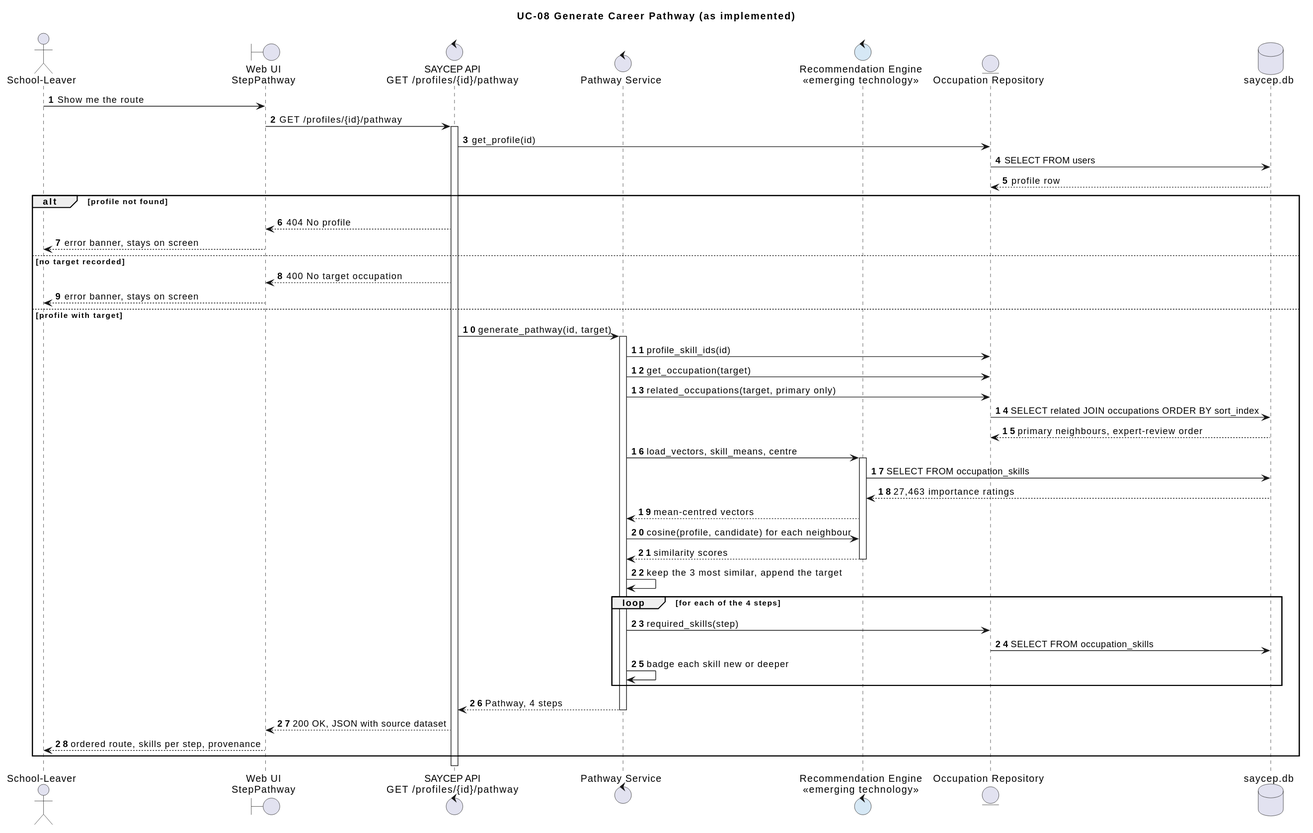
ShogunLSG/SAYCEP keeps this PlantUML diagram as docs/uml/a3/04-sequence.svg. Above is the earlier version.
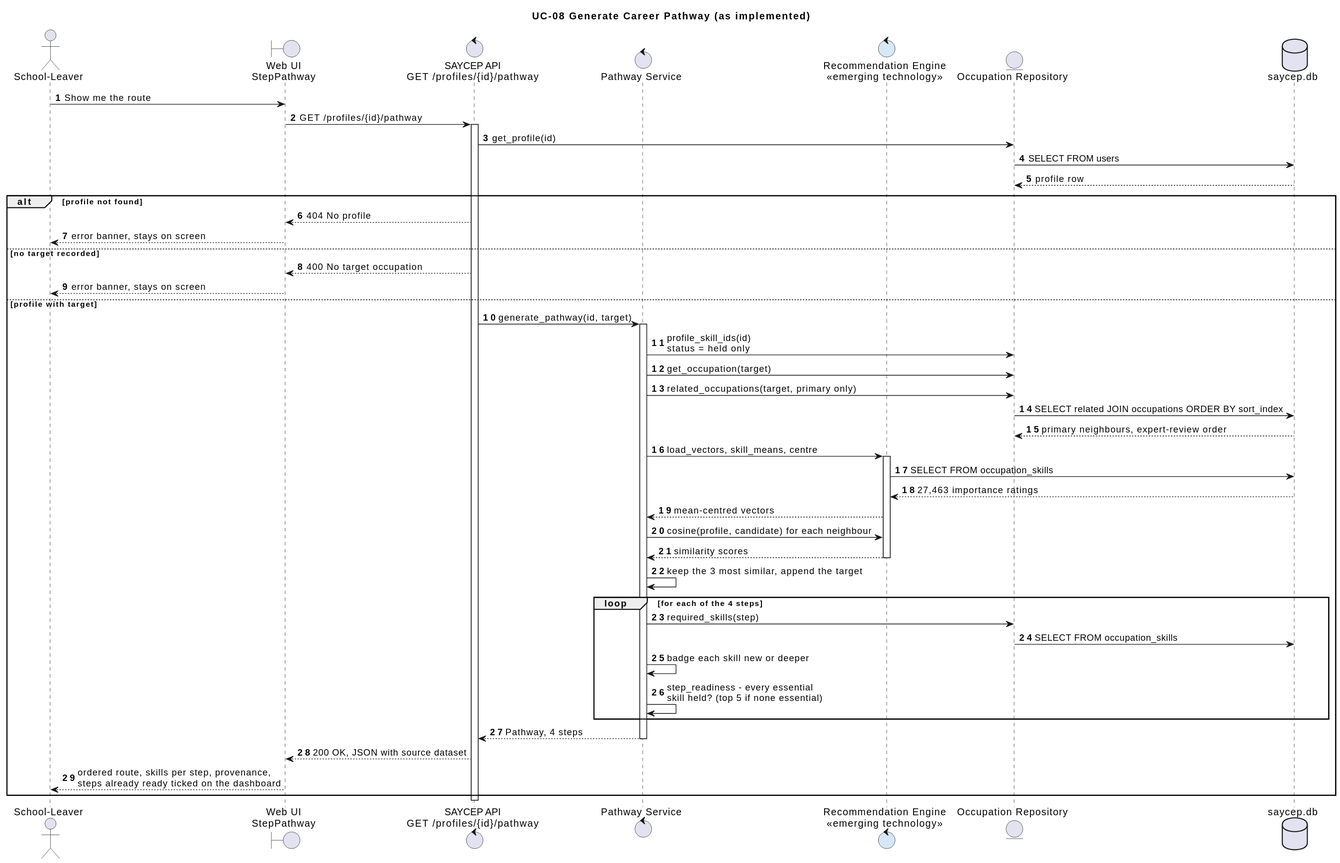
Later version of the same file.

The edit, as a diff of the source:
```diff
@@ -27,7 +27,7 @@
 else profile with target
   API -> PS : generate_pathway(id, target)
   activate PS
-  PS -> Repo : profile_skill_ids(id)
+  PS -> Repo : profile_skill_ids(id)\nstatus = held only
   PS -> Repo : get_occupation(target)
   PS -> Repo : related_occupations(target, primary only)
   Repo -> DB : SELECT related JOIN occupations ORDER BY sort_index
@@ -45,11 +45,12 @@
     PS -> Repo : required_skills(step)
     Repo -> DB : SELECT FROM occupation_skills
     PS -> PS : badge each skill new or deeper
+    PS -> PS : step_readiness - every essential\nskill held? (top 5 if none essential)
   end
   PS --> API : Pathway, 4 steps
   deactivate PS
   API --> UI : 200 OK, JSON with source dataset
-  UI --> User : ordered route, skills per step, provenance
+  UI --> User : ordered route, skills per step, provenance,\nsteps already ready ticked on the dashboard
 end
 deactivate API
 @enduml
```
